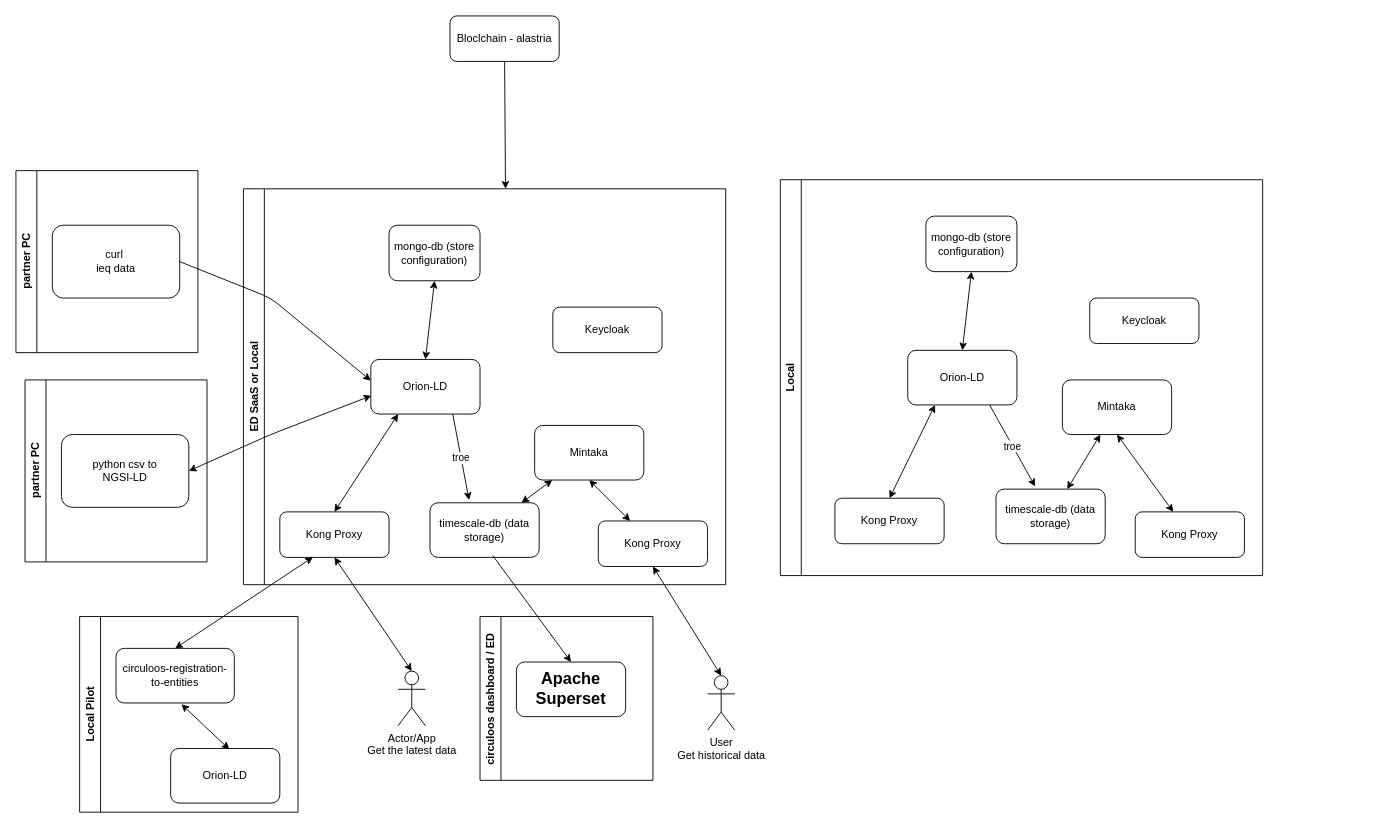
The draw.io diagram diagram/CILCULOOS_demo.drawio in european-dynamics-rnd/circuloos-data-platform, before the edit. Source tidied: cells renumbered, new cells numbered last; positions are measured from the earlier drawing's top-left corner, leaving out a move shared by most shapes. Both pictures are drawn from the tidied source at 91%, with x=0, y=0 at pixel (15, 15).
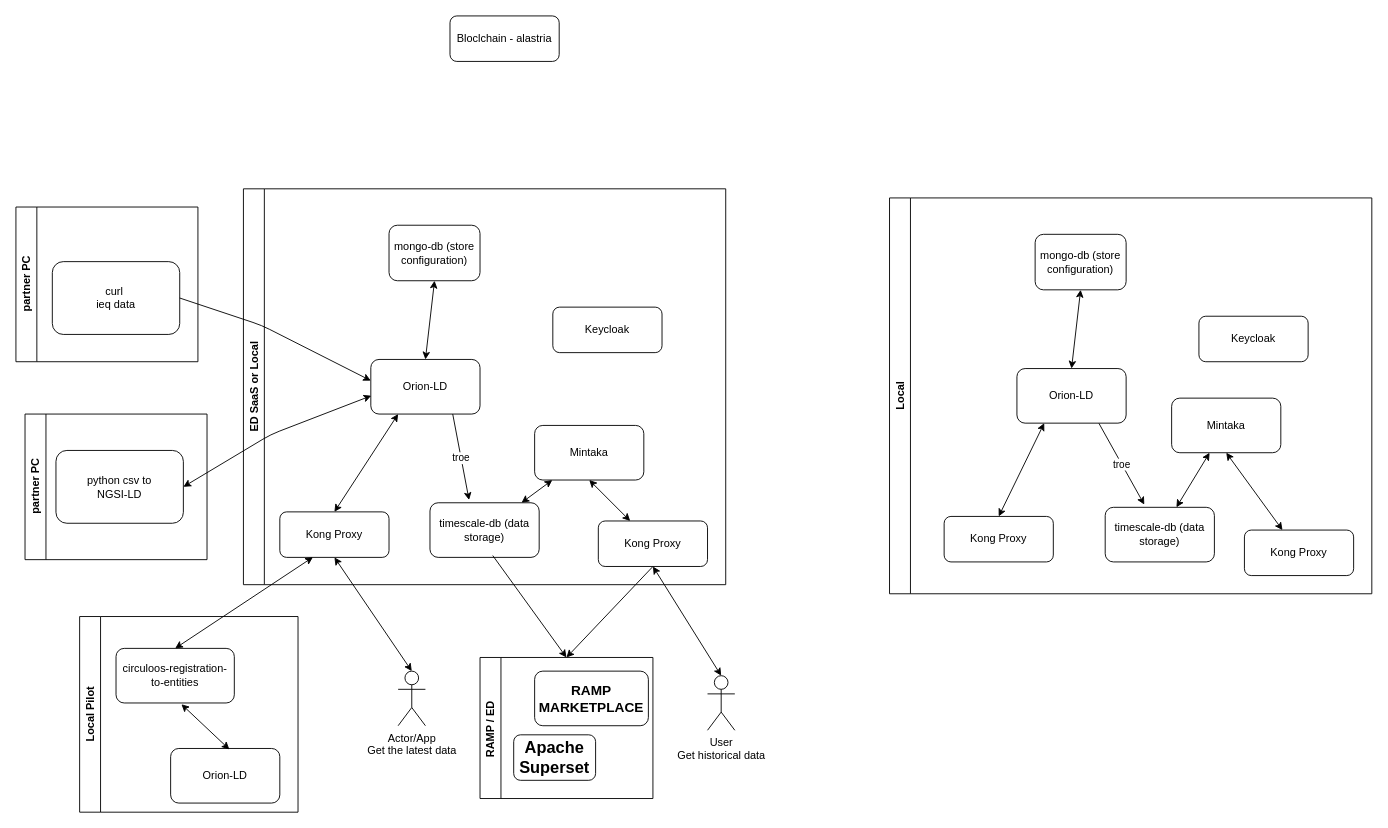
The same page after the edit.

The change refers to these unchanged cells:
```xml
<mxCell id="5" value="timescale-db (data storage)" style="rounded=1;whiteSpace=wrap;html=1;" parent="2" vertex="1">
  <mxGeometry x="205" y="345" width="120" height="60" as="geometry" />
</mxCell>
<mxCell id="9" value="Orion-LD" style="rounded=1;whiteSpace=wrap;html=1;" parent="2" vertex="1">
  <mxGeometry x="140" y="187.5" width="120" height="60" as="geometry" />
</mxCell>
<mxCell id="11" value="Kong Proxy" style="rounded=1;whiteSpace=wrap;html=1;" parent="2" vertex="1">
  <mxGeometry x="390" y="365" width="120" height="50" as="geometry" />
</mxCell>
<mxCell id="26" value="curl&amp;nbsp;&lt;br&gt;ieq data" style="rounded=1;whiteSpace=wrap;html=1;" parent="25" vertex="1">
  <mxGeometry x="40" y="60" width="140" height="80" as="geometry" />
</mxCell>
<mxCell id="29" value="Bloclchain - alastria" style="rounded=1;whiteSpace=wrap;html=1;" parent="1" vertex="1">
  <mxGeometry x="477" width="120" height="50" as="geometry" />
</mxCell>
```

The edit, as a diff of the source:
```diff
@@
-    <mxCell id="15" value="circuloos dashboard / ED&amp;nbsp;" style="swimlane;horizontal=0;whiteSpace=wrap;html=1;" parent="1" vertex="1">
-      <mxGeometry x="510" y="660" width="190" height="180" as="geometry" />
+    <mxCell id="15" value="RAMP / ED&amp;nbsp;" style="swimlane;horizontal=0;whiteSpace=wrap;html=1;" parent="1" vertex="1">
+      <mxGeometry x="510" y="705" width="190" height="155" as="geometry" />
     </mxCell>
     <mxCell id="16" value="&lt;h2 class=&quot;qrShPb pXs6bb PZPZlf q8U8x aTI8gc&quot;&gt;Apache Superset&lt;/h2&gt;" style="rounded=1;whiteSpace=wrap;html=1;" parent="15" vertex="1">
-      <mxGeometry x="40" y="50" width="120" height="60" as="geometry" />
+      <mxGeometry x="37" y="85" width="90" height="50" as="geometry" />
     </mxCell>
+    <mxCell id="48" value="&lt;h2 style=&quot;font-size: 15px;&quot; class=&quot;qrShPb pXs6bb PZPZlf q8U8x aTI8gc&quot;&gt;&lt;span style=&quot;&quot;&gt;RAMP&lt;br&gt;MARKETPLACE&lt;/span&gt;&lt;/h2&gt;" style="rounded=1;whiteSpace=wrap;html=1;fontStyle=1;" parent="15" vertex="1">
+      <mxGeometry x="60" y="15" width="125" height="60" as="geometry" />
+    </mxCell>
@@
     <mxCell id="22" value="partner PC" style="swimlane;horizontal=0;whiteSpace=wrap;html=1;" parent="1" vertex="1">
-      <mxGeometry x="10" y="400" width="200" height="200" as="geometry" />
+      <mxGeometry x="10" y="437.5" width="200" height="160" as="geometry" />
     </mxCell>
     <mxCell id="23" value="python csv to &lt;br&gt;NGSI-LD" style="rounded=1;whiteSpace=wrap;html=1;" parent="22" vertex="1">
-      <mxGeometry x="40" y="60" width="140" height="80" as="geometry" />
+      <mxGeometry x="34" y="40" width="140" height="80" as="geometry" />
     </mxCell>
-    <mxCell id="24" style="rounded=0;jettySize=auto;html=1;exitX=0.5;exitY=0;exitDx=0;exitDy=0;entryX=0.575;entryY=0.967;entryDx=0;entryDy=0;entryPerimeter=0;startArrow=classic;startFill=1;endArrow=none;endFill=0;" parent="1" edge="1" source="16" target="5">
+    <mxCell id="24" style="rounded=0;jettySize=auto;html=1;exitX=0.5;exitY=0;exitDx=0;exitDy=0;entryX=0.575;entryY=0.967;entryDx=0;entryDy=0;entryPerimeter=0;startArrow=classic;startFill=1;endArrow=none;endFill=0;" parent="1" edge="1" source="15" target="5">
       <mxGeometry relative="1" as="geometry" />
     </mxCell>
     <mxCell id="25" value="partner PC" style="swimlane;horizontal=0;whiteSpace=wrap;html=1;" parent="1" vertex="1">
-      <mxGeometry y="170" width="200" height="200" as="geometry" />
+      <mxGeometry y="210" width="200" height="170" as="geometry" />
     </mxCell>
@@
     <mxCell id="27" style="edgeStyle=none;html=1;exitX=1;exitY=0.5;exitDx=0;exitDy=0;entryX=0;entryY=0.388;entryDx=0;entryDy=0;entryPerimeter=0;" parent="1" edge="1" source="26" target="9">
       <mxGeometry relative="1" as="geometry">
         <Array as="points">
-          <mxPoint x="280" y="310" />
+          <mxPoint x="270" y="340" />
         </Array>
       </mxGeometry>
     </mxCell>
-    <mxCell id="28" style="edgeStyle=none;html=1;exitX=0.5;exitY=1;exitDx=0;exitDy=0;" parent="1" edge="1" source="29">
-      <mxGeometry relative="1" as="geometry">
-        <mxPoint x="538" y="190" as="targetPoint" />
-      </mxGeometry>
-    </mxCell>
@@
     <mxCell id="30" value="Local" style="swimlane;horizontal=0;whiteSpace=wrap;html=1;" parent="1" vertex="1">
-      <mxGeometry x="840" y="180" width="530" height="435" as="geometry" />
+      <mxGeometry x="960" y="200" width="530" height="435" as="geometry" />
     </mxCell>
@@
+    <mxCell id="49" style="edgeStyle=none;html=1;exitX=0.5;exitY=1;exitDx=0;exitDy=0;entryX=0.5;entryY=0;entryDx=0;entryDy=0;" parent="1" edge="1" source="11" target="15">
+      <mxGeometry relative="1" as="geometry" />
+    </mxCell>
```
